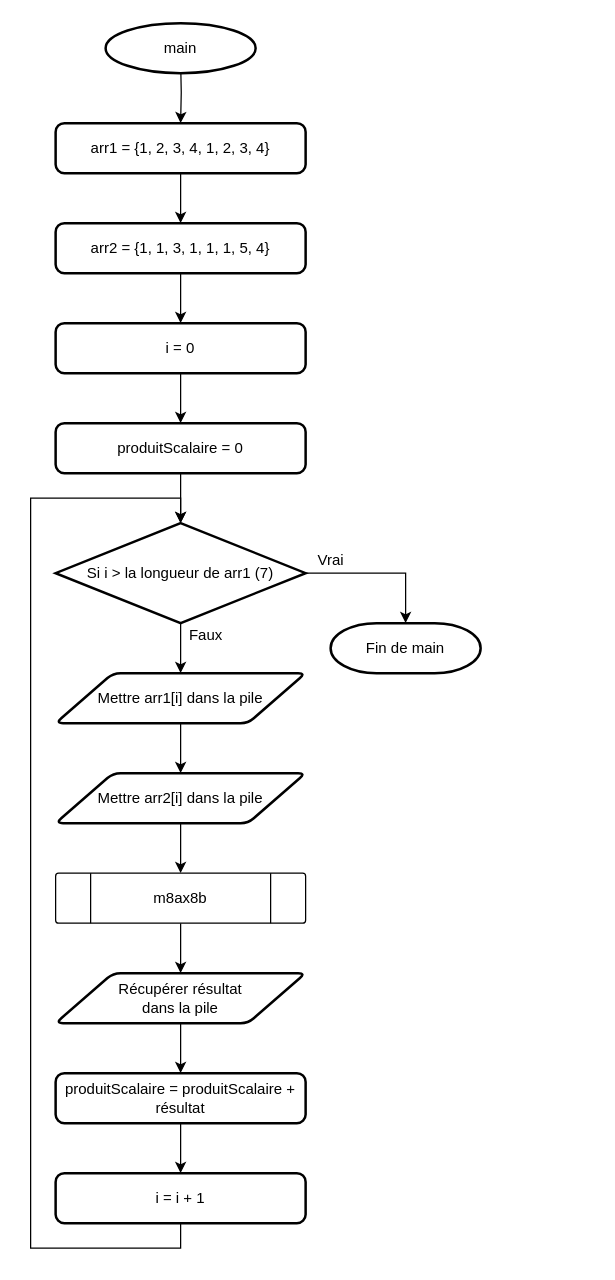
mamarguerat/assembly-course-HEIA-FR keeps this draw.io diagram as page "main" (1 of 2) of TP3_Martin_Marguerat_Vincent_Schupbach/flowchart/TP3-flowchart.drawio. Above is the earlier version. Source tidied: cells renumbered, new cells numbered last; positions are measured from the earlier drawing's top-left corner, leaving out a move shared by most shapes. Both pictures are drawn from the tidied source at 125%, with x=0, y=0 at pixel (30, 22).
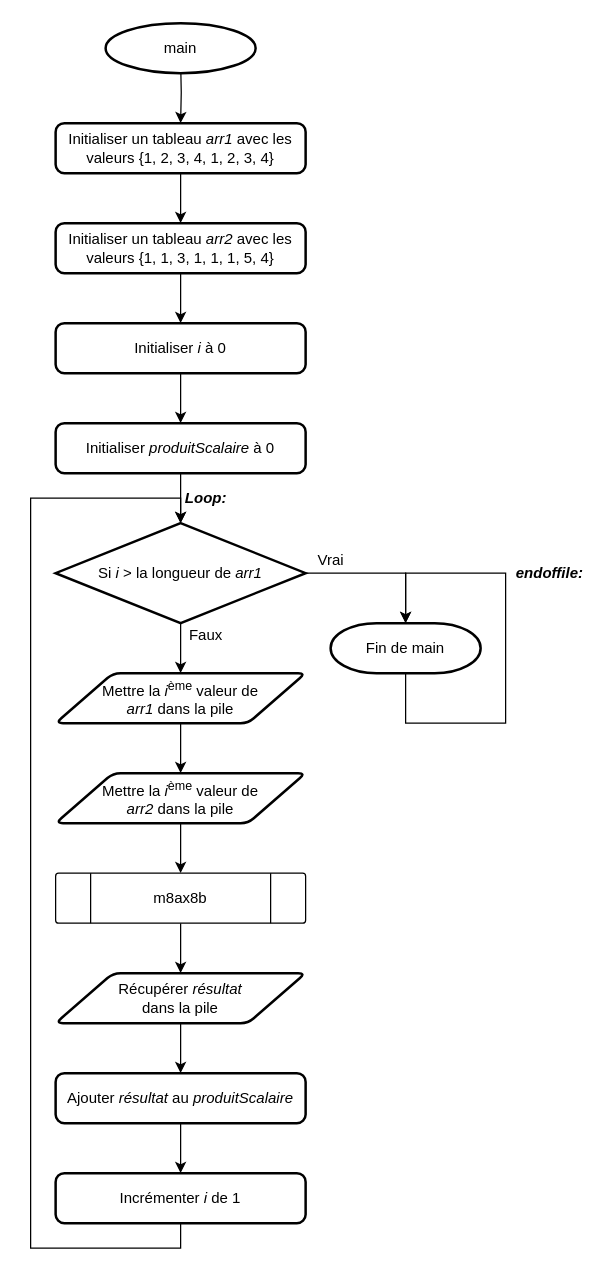
The same page after the edit.

The change refers to these unchanged cells:
```xml
<mxCell id="29" value="Fin de main" style="strokeWidth=2;html=1;shape=mxgraph.flowchart.terminator;whiteSpace=wrap;" parent="1" vertex="1">
  <mxGeometry x="240" y="480" width="120" height="40" as="geometry" />
</mxCell>
```

Change to the diagram source:
```diff
@@
-    <mxCell id="7" value="arr1 = {1, 2, 3, 4, 1, 2, 3, 4}" style="rounded=1;whiteSpace=wrap;html=1;absoluteArcSize=1;arcSize=14;strokeWidth=2;" parent="1" vertex="1">
+    <mxCell id="7" value="Initialiser un tableau &lt;i&gt;arr1 &lt;/i&gt;avec les valeurs {1, 2, 3, 4, 1, 2, 3, 4}" style="rounded=1;whiteSpace=wrap;html=1;absoluteArcSize=1;arcSize=14;strokeWidth=2;" parent="1" vertex="1">
       <mxGeometry x="20" y="80" width="200" height="40" as="geometry" />
     </mxCell>
@@
-    <mxCell id="9" value="arr2 = {1, 1, 3, 1, 1, 1, 5, 4}" style="rounded=1;whiteSpace=wrap;html=1;absoluteArcSize=1;arcSize=14;strokeWidth=2;" parent="1" vertex="1">
+    <mxCell id="9" value="Initialiser un tableau &lt;i&gt;arr2 &lt;/i&gt;avec les valeurs {1, 1, 3, 1, 1, 1, 5, 4}" style="rounded=1;whiteSpace=wrap;html=1;absoluteArcSize=1;arcSize=14;strokeWidth=2;" parent="1" vertex="1">
       <mxGeometry x="20" y="160" width="200" height="40" as="geometry" />
     </mxCell>
@@
-    <mxCell id="11" value="i = 0" style="rounded=1;whiteSpace=wrap;html=1;absoluteArcSize=1;arcSize=14;strokeWidth=2;" parent="1" vertex="1">
+    <mxCell id="11" value="Initialiser &lt;i&gt;i &lt;/i&gt;à 0" style="rounded=1;whiteSpace=wrap;html=1;absoluteArcSize=1;arcSize=14;strokeWidth=2;" parent="1" vertex="1">
       <mxGeometry x="20" y="240" width="200" height="40" as="geometry" />
     </mxCell>
@@
-    <mxCell id="14" value="Si i &amp;gt; la longueur de arr1 (7)" style="strokeWidth=2;html=1;shape=mxgraph.flowchart.decision;whiteSpace=wrap;" parent="1" vertex="1">
+    <mxCell id="14" value="Si &lt;i&gt;i &lt;/i&gt;&amp;gt; la longueur de &lt;i&gt;arr1&lt;/i&gt;" style="strokeWidth=2;html=1;shape=mxgraph.flowchart.decision;whiteSpace=wrap;" parent="1" vertex="1">
       <mxGeometry x="20" y="400" width="200" height="80" as="geometry" />
     </mxCell>
@@
-    <mxCell id="16" value="Mettre arr1[i] dans la pile" style="shape=parallelogram;html=1;strokeWidth=2;perimeter=parallelogramPerimeter;whiteSpace=wrap;rounded=1;arcSize=12;size=0.23;" parent="1" vertex="1">
+    <mxCell id="16" value="Mettre la &lt;i&gt;i&lt;/i&gt;&lt;sup&gt;ème&lt;/sup&gt;&amp;nbsp;valeur de&lt;br&gt;&lt;i&gt;arr1 &lt;/i&gt;dans la pile" style="shape=parallelogram;html=1;strokeWidth=2;perimeter=parallelogramPerimeter;whiteSpace=wrap;rounded=1;arcSize=12;size=0.23;" parent="1" vertex="1">
       <mxGeometry x="20" y="520" width="200" height="40" as="geometry" />
     </mxCell>
@@
-    <mxCell id="18" value="Mettre arr2[i] dans la pile" style="shape=parallelogram;html=1;strokeWidth=2;perimeter=parallelogramPerimeter;whiteSpace=wrap;rounded=1;arcSize=12;size=0.23;" parent="1" vertex="1">
+    <mxCell id="18" value="Mettre la&amp;nbsp;&lt;i&gt;i&lt;/i&gt;&lt;sup&gt;ème&lt;/sup&gt;&amp;nbsp;valeur de&lt;br&gt;&lt;i&gt;arr2&amp;nbsp;&lt;/i&gt;dans la pile" style="shape=parallelogram;html=1;strokeWidth=2;perimeter=parallelogramPerimeter;whiteSpace=wrap;rounded=1;arcSize=12;size=0.23;" parent="1" vertex="1">
       <mxGeometry x="20" y="600" width="200" height="40" as="geometry" />
     </mxCell>
@@
-    <mxCell id="20" value="Récupérer résultat&lt;br&gt;dans la pile" style="shape=parallelogram;html=1;strokeWidth=2;perimeter=parallelogramPerimeter;whiteSpace=wrap;rounded=1;arcSize=12;size=0.23;" parent="1" vertex="1">
+    <mxCell id="20" value="Récupérer &lt;i&gt;résultat&lt;/i&gt;&lt;br&gt;dans la pile" style="shape=parallelogram;html=1;strokeWidth=2;perimeter=parallelogramPerimeter;whiteSpace=wrap;rounded=1;arcSize=12;size=0.23;" parent="1" vertex="1">
       <mxGeometry x="20" y="760" width="200" height="40" as="geometry" />
     </mxCell>
@@
-    <mxCell id="22" value="produitScalaire = 0" style="rounded=1;whiteSpace=wrap;html=1;absoluteArcSize=1;arcSize=14;strokeWidth=2;" parent="1" vertex="1">
+    <mxCell id="22" value="Initialiser &lt;i&gt;produitScalaire &lt;/i&gt;à 0" style="rounded=1;whiteSpace=wrap;html=1;absoluteArcSize=1;arcSize=14;strokeWidth=2;" parent="1" vertex="1">
       <mxGeometry x="20" y="320" width="200" height="40" as="geometry" />
     </mxCell>
@@
-    <mxCell id="24" value="produitScalaire = produitScalaire + résultat" style="rounded=1;whiteSpace=wrap;html=1;absoluteArcSize=1;arcSize=14;strokeWidth=2;" parent="1" vertex="1">
+    <mxCell id="24" value="Ajouter &lt;i&gt;résultat &lt;/i&gt;au &lt;i&gt;produitScalaire&lt;/i&gt;" style="rounded=1;whiteSpace=wrap;html=1;absoluteArcSize=1;arcSize=14;strokeWidth=2;" parent="1" vertex="1">
       <mxGeometry x="20" y="840" width="200" height="40" as="geometry" />
     </mxCell>
@@
-    <mxCell id="26" value="i = i + 1" style="rounded=1;whiteSpace=wrap;html=1;absoluteArcSize=1;arcSize=14;strokeWidth=2;" parent="1" vertex="1">
+    <mxCell id="26" value="Incrémenter &lt;i&gt;i &lt;/i&gt;de 1" style="rounded=1;whiteSpace=wrap;html=1;absoluteArcSize=1;arcSize=14;strokeWidth=2;" parent="1" vertex="1">
       <mxGeometry x="20" y="920" width="200" height="40" as="geometry" />
     </mxCell>
@@
+    <mxCell id="30" style="edgeStyle=orthogonalEdgeStyle;rounded=0;orthogonalLoop=1;jettySize=auto;html=1;exitX=0.5;exitY=1;exitDx=0;exitDy=0;exitPerimeter=0;entryX=0.5;entryY=0;entryDx=0;entryDy=0;entryPerimeter=0;" parent="1" edge="1" source="29" target="29">
+      <mxGeometry relative="1" as="geometry">
+        <Array as="points">
+          <mxPoint x="300" y="560" />
+          <mxPoint x="380" y="560" />
+          <mxPoint x="380" y="440" />
+          <mxPoint x="300" y="440" />
+        </Array>
+      </mxGeometry>
+    </mxCell>
+    <mxCell id="31" value="Loop:" style="text;html=1;align=center;verticalAlign=middle;fontStyle=3;" parent="1" vertex="1">
+      <mxGeometry x="115" y="370" width="50" height="20" as="geometry" />
+    </mxCell>
+    <mxCell id="32" value="endoffile:" style="text;html=1;align=center;verticalAlign=middle;fontStyle=3;" parent="1" vertex="1">
+      <mxGeometry x="380" y="430" width="70" height="20" as="geometry" />
+    </mxCell>
```
